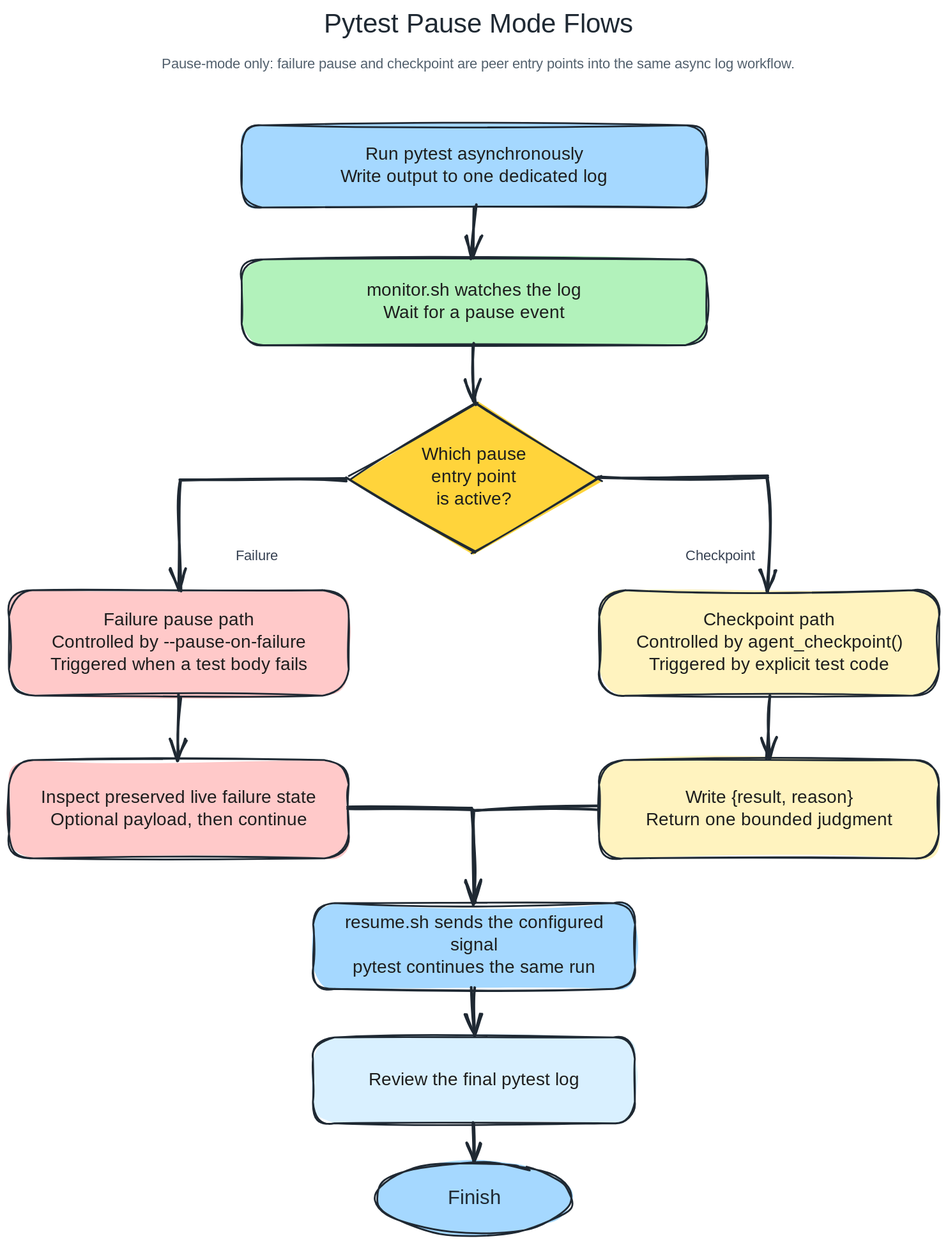
Above: pytest-run-modes-bilingual.excalidraw.svg in lanbaoshen/QAMule (Excalidraw), before the change. Source tidied: one line per element, renumbered; positions are measured from the earlier drawing's top-left corner, leaving out a move shared by most shapes.
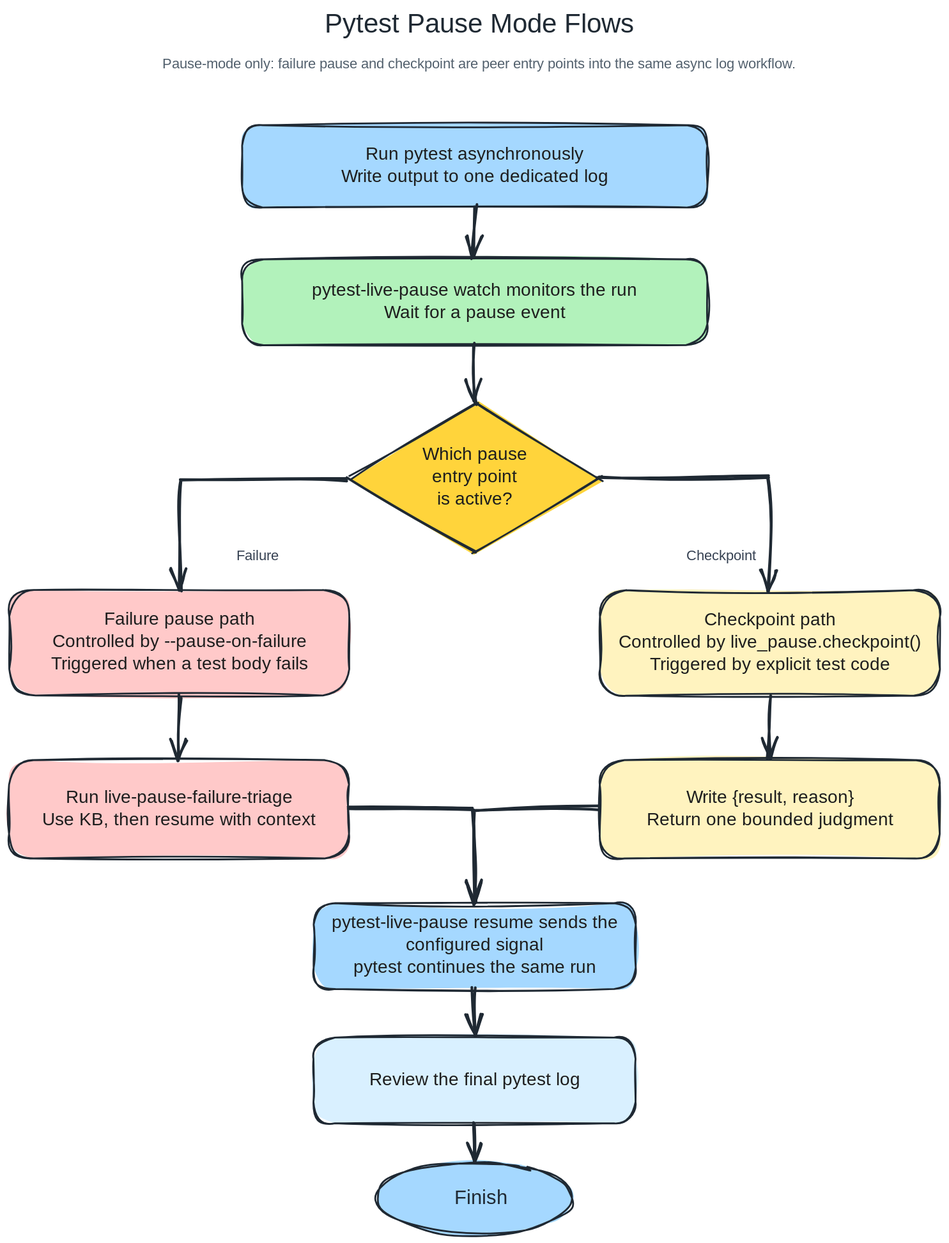
Later version of the same file.

Commit message:
Refactor documentation and add new skill for live pause failure triage

Diff of the diagram source:
```diff
@@ -3,23 +3,23 @@
 {"id": 2, "type": "rectangle", "strokeColor": "#1f2933", "backgroundColor": "#a5d8ff", "fillStyle": "solid", "strokeWidth": 2, "roughness": 2, "round": true, "x": 260, "y": 130, "width": 520, "height": 92}
 {"id": 3, "type": "text", "text": "Run pytest asynchronously\nWrite output to one dedicated log", "strokeColor": "#1e1e1e", "strokeWidth": 2, "roughness": 1, "fontSize": 20, "fontFamily": 5, "textAlign": "center", "verticalAlign": "middle", "inside": 2, "x": 352, "y": 151, "width": 337, "height": 50}
 {"id": 4, "type": "rectangle", "strokeColor": "#1f2933", "backgroundColor": "#b2f2bb", "fillStyle": "solid", "strokeWidth": 2, "roughness": 2, "round": true, "x": 260, "y": 280, "width": 520, "height": 96}
-{"id": 5, "type": "text", "text": "monitor.sh watches the log\nWait for a pause event", "strokeColor": "#1e1e1e", "strokeWidth": 2, "roughness": 1, "fontSize": 20, "fontFamily": 5, "textAlign": "center", "verticalAlign": "middle", "inside": 4, "x": 389, "y": 303, "width": 262, "height": 50}
+{"id": 5, "type": "text", "text": "pytest-live-pause watch monitors the run\nWait for a pause event", "strokeColor": "#1e1e1e", "strokeWidth": 2, "roughness": 1, "fontSize": 20, "fontFamily": 5, "textAlign": "center", "verticalAlign": "middle", "inside": 4, "x": 319, "y": 303, "width": 402, "height": 50}
 {"id": 6, "type": "diamond", "strokeColor": "#1f2933", "backgroundColor": "#ffd43b", "fillStyle": "solid", "strokeWidth": 2, "roughness": 2, "x": 380, "y": 439, "width": 280, "height": 170}
 {"id": 7, "type": "text", "text": "Which pause\nentry point\nis active?", "strokeColor": "#1e1e1e", "strokeWidth": 2, "roughness": 1, "fontSize": 20, "fontFamily": 5, "textAlign": "center", "verticalAlign": "middle", "inside": 6, "x": 462, "y": 487, "width": 116, "height": 75}
 {"id": 8, "type": "rectangle", "strokeColor": "#1f2933", "backgroundColor": "#ffc9c9", "fillStyle": "solid", "strokeWidth": 2, "roughness": 2, "round": true, "x": 0, "y": 650, "width": 380, "height": 118}
-{"id": 9, "type": "text", "text": "Failure pause path\nControlled by --pause-on-failure\nTriggered when a test body fails", "strokeColor": "#1e1e1e", "strokeWidth": 2, "roughness": 1, "fontSize": 20, "fontFamily": 5, "textAlign": "center", "verticalAlign": "middle", "inside": 8, "x": 29, "y": 672, "width": 322, "height": 75}
+{"id": 9, "type": "text", "text": "Failure pause path\nControlled by --pause-on-failure\nTriggered when a test body fails", "strokeColor": "#1e1e1e", "strokeWidth": 2, "roughness": 1, "fontSize": 20, "fontFamily": 5, "textAlign": "center", "verticalAlign": "middle", "inside": 8, "x": 29, "y": 671, "width": 322, "height": 75}
 {"id": 10, "type": "rectangle", "strokeColor": "#1f2933", "backgroundColor": "#fff3bf", "fillStyle": "solid", "strokeWidth": 2, "roughness": 2, "round": true, "x": 660, "y": 650, "width": 380, "height": 118}
-{"id": 11, "type": "text", "text": "Checkpoint path\nControlled by agent_checkpoint()\nTriggered by explicit test code", "strokeColor": "#1e1e1e", "strokeWidth": 2, "roughness": 1, "fontSize": 20, "fontFamily": 5, "textAlign": "center", "verticalAlign": "middle", "inside": 10, "x": 689, "y": 672, "width": 323, "height": 75}
+{"id": 11, "type": "text", "text": "Checkpoint path\nControlled by live_pause.checkpoint()\nTriggered by explicit test code", "strokeColor": "#1e1e1e", "strokeWidth": 2, "roughness": 1, "fontSize": 20, "fontFamily": 5, "textAlign": "center", "verticalAlign": "middle", "inside": 10, "x": 671, "y": 672, "width": 359, "height": 75}
 {"id": 12, "type": "rectangle", "strokeColor": "#1f2933", "backgroundColor": "#ffc9c9", "fillStyle": "solid", "strokeWidth": 2, "roughness": 2, "round": true, "x": 0, "y": 840, "width": 380, "height": 110}
-{"id": 13, "type": "text", "text": "Inspect preserved live failure state\nOptional payload, then continue", "strokeColor": "#1e1e1e", "strokeWidth": 2, "roughness": 1, "fontSize": 20, "fontFamily": 5, "textAlign": "center", "verticalAlign": "middle", "inside": 12, "x": 17, "y": 870, "width": 346, "height": 50}
+{"id": 13, "type": "text", "text": "Run live-pause-failure-triage\nUse KB, then resume with context\n", "strokeColor": "#1e1e1e", "strokeWidth": 2, "roughness": 1, "fontSize": 20, "fontFamily": 5, "textAlign": "center", "verticalAlign": "middle", "inside": 12, "x": 17, "y": 870, "width": 346, "height": 50}
 {"id": 14, "type": "rectangle", "strokeColor": "#1f2933", "backgroundColor": "#fff3bf", "fillStyle": "solid", "strokeWidth": 2, "roughness": 2, "round": true, "x": 660, "y": 840, "width": 380, "height": 110}
 {"id": 15, "type": "text", "text": "Write {result, reason}\nReturn one bounded judgment", "strokeColor": "#1e1e1e", "strokeWidth": 2, "roughness": 1, "fontSize": 20, "fontFamily": 5, "textAlign": "center", "verticalAlign": "middle", "inside": 14, "x": 705, "y": 870, "width": 289, "height": 50}
 {"id": 16, "type": "rectangle", "strokeColor": "#1f2933", "backgroundColor": "#a5d8ff", "fillStyle": "solid", "strokeWidth": 2, "roughness": 2, "round": true, "x": 340, "y": 1000, "width": 360, "height": 96}
-{"id": 17, "type": "text", "text": "resume.sh sends the configured\nsignal\npytest continues the same run", "strokeColor": "#1e1e1e", "strokeWidth": 2, "roughness": 1, "fontSize": 20, "fontFamily": 5, "textAlign": "center", "verticalAlign": "middle", "inside": 16, "x": 368, "y": 1010, "width": 304, "height": 75}
+{"id": 17, "type": "text", "text": "pytest-live-pause resume sends the\nconfigured signal\npytest continues the same run", "strokeColor": "#1e1e1e", "strokeWidth": 2, "roughness": 1, "fontSize": 20, "fontFamily": 5, "textAlign": "center", "verticalAlign": "middle", "inside": 16, "x": 348, "y": 1010, "width": 344, "height": 75}
 {"id": 18, "type": "rectangle", "strokeColor": "#1f2933", "backgroundColor": "#d9f0ff", "fillStyle": "solid", "strokeWidth": 2, "roughness": 2, "round": true, "x": 340, "y": 1150, "width": 360, "height": 96}
 {"id": 19, "type": "text", "text": "Review the final pytest log", "strokeColor": "#1e1e1e", "strokeWidth": 2, "roughness": 1, "fontSize": 20, "fontFamily": 5, "textAlign": "center", "verticalAlign": "middle", "inside": 18, "x": 388, "y": 1186, "width": 265, "height": 25}
 {"id": 20, "type": "ellipse", "strokeColor": "#1f2933", "backgroundColor": "#a5d8ff", "fillStyle": "solid", "strokeWidth": 2, "roughness": 2, "x": 410, "y": 1290, "width": 220, "height": 80}
-{"id": 21, "type": "text", "text": "Finish", "strokeColor": "#1f2933", "strokeWidth": 1, "roughness": 2, "fontSize": 22, "fontFamily": 5, "textAlign": "center", "verticalAlign": "middle", "x": 496, "y": 1317, "width": 48, "height": 24}
+{"id": 21, "type": "text", "text": "Finish", "strokeColor": "#1f2933", "strokeWidth": 1, "roughness": 2, "fontSize": 22, "fontFamily": 5, "textAlign": "center", "verticalAlign": "middle", "x": 496, "y": 1317, "width": 61, "height": 28}
 {"id": 22, "type": "text", "text": "Failure", "strokeColor": "#364152", "strokeWidth": 1, "roughness": 2, "fontSize": 16, "fontFamily": 5, "textAlign": "center", "verticalAlign": "middle", "x": 255, "y": 602, "width": 44, "height": 20}
 {"id": 23, "type": "text", "text": "Checkpoint", "strokeColor": "#364152", "strokeWidth": 1, "roughness": 2, "fontSize": 16, "fontFamily": 5, "textAlign": "center", "verticalAlign": "middle", "x": 752, "y": 602, "width": 87, "height": 20}
 {"id": 24, "type": "arrow", "strokeColor": "#1f2933", "strokeWidth": 3, "roughness": 2, "endArrowhead": "arrow", "x": 520, "y": 222, "width": 0, "height": 58, "points": [[0, 0], [0, 58]]}
```
